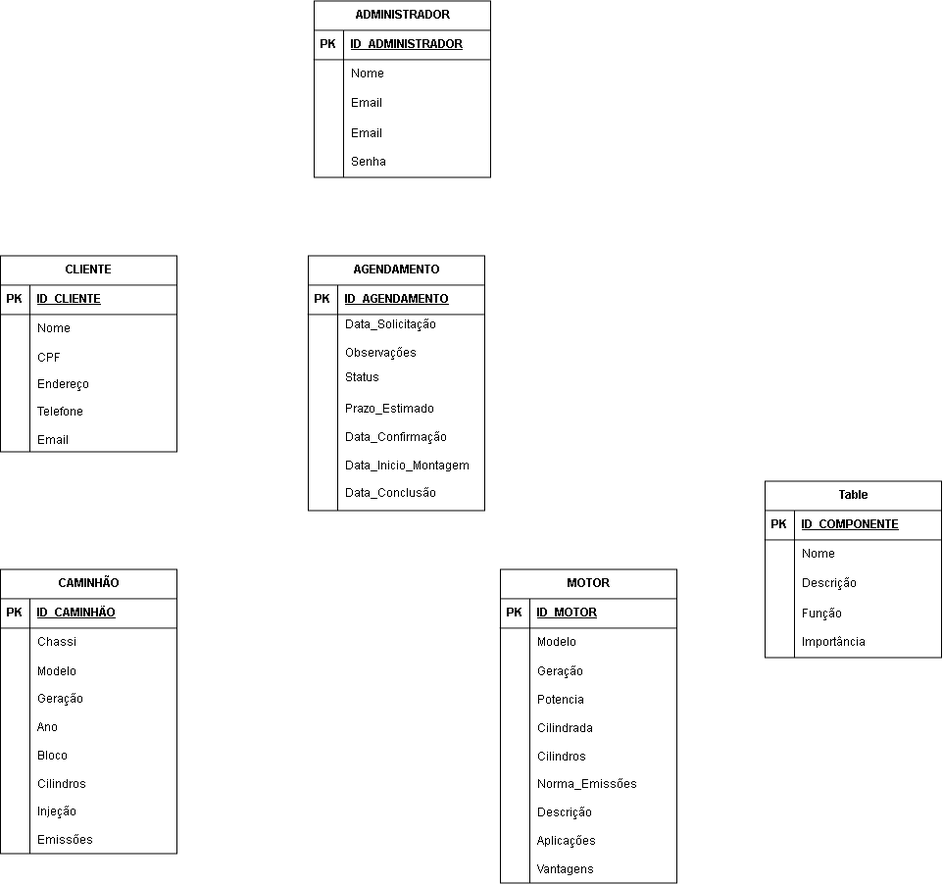
Tittozo/Project-FeioDiesel keeps this draw.io diagram as database/diagrams/02-diagrama-detalhado.drawio.png. Above is the earlier version. Source tidied: cells renumbered, new cells last; positions are measured from the earlier drawing's top-left corner, leaving out a move shared by most shapes.
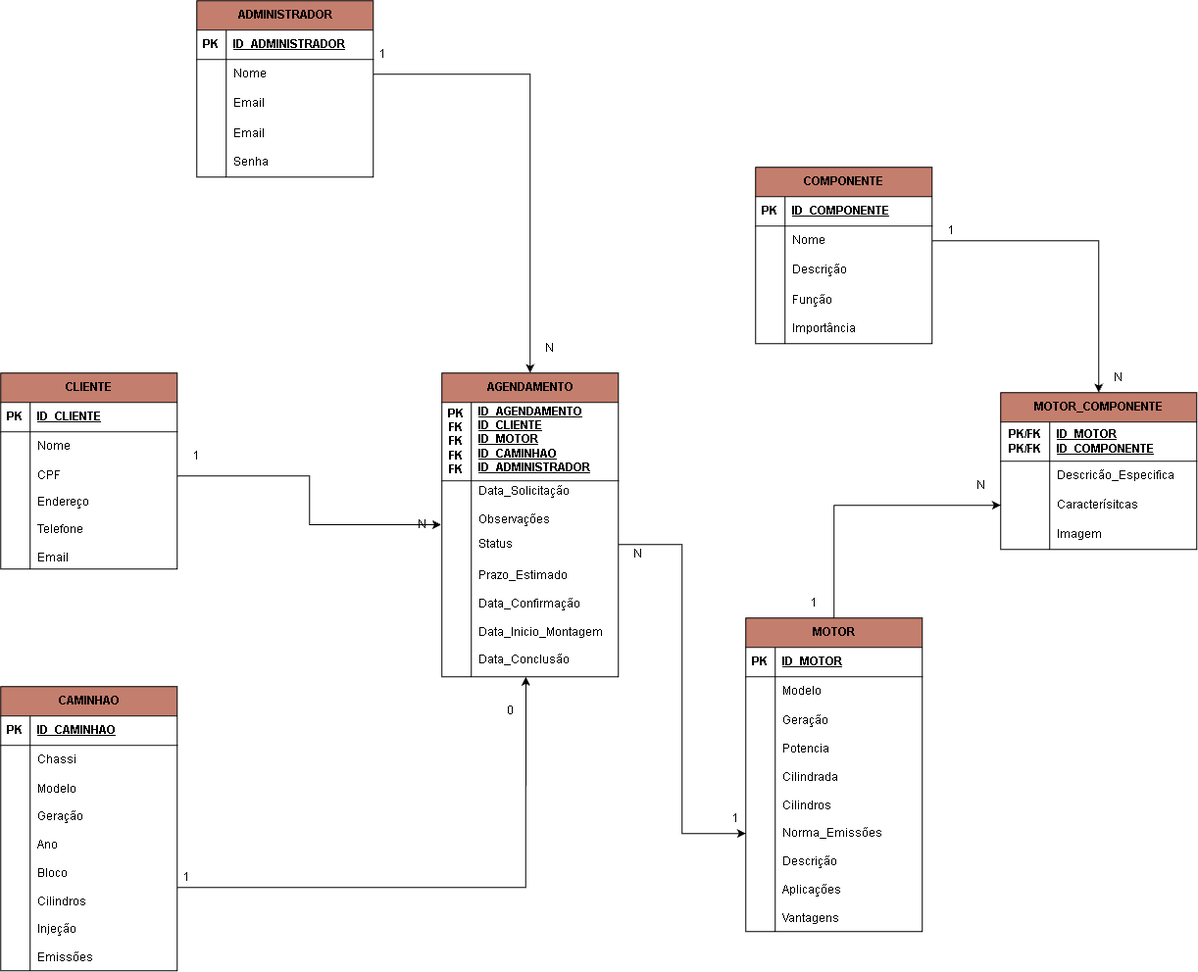
After the commit.

What changed in the source:
```diff
@@ -2,7 +2,7 @@
   <root>
     <mxCell id="0" />
     <mxCell id="1" parent="0" />
-    <mxCell id="2" value="CLIENTE" style="shape=table;startSize=30;rowLines=0;fontStyle=1;align=center;html=1;" parent="1" vertex="1">
+    <mxCell id="2" value="CLIENTE" style="shape=table;startSize=30;rowLines=0;fontStyle=1;align=center;html=1;fillColor=#C47E6D;" parent="1" vertex="1">
       <mxGeometry y="260" width="180" height="200" as="geometry" />
     </mxCell>
     <mxCell id="3" style="shape=tableRow;horizontal=0;startSize=0;swimlaneHead=0;swimlaneBody=0;fillColor=none;top=0;left=0;right=0;bottom=1;" parent="2" vertex="1">
@@ -41,20 +41,20 @@
     <mxCell id="14" value="Endereço&lt;div&gt;&lt;br&gt;&lt;/div&gt;&lt;div&gt;Telefone&lt;/div&gt;&lt;div&gt;&lt;br&gt;&lt;/div&gt;&lt;div&gt;Email&lt;/div&gt;" style="shape=partialRectangle;fillColor=none;top=0;left=0;bottom=0;right=0;align=left;spacingLeft=6;overflow=hidden;whiteSpace=wrap;html=1;" parent="12" vertex="1">
       <mxGeometry x="30" width="150" height="80" as="geometry" />
     </mxCell>
-    <mxCell id="15" value="AGENDAMENTO" style="shape=table;startSize=30;rowLines=0;fontStyle=1;align=center;html=1;" parent="1" vertex="1">
-      <mxGeometry x="314" y="260" width="180" height="260" as="geometry" />
+    <mxCell id="15" value="AGENDAMENTO" style="shape=table;startSize=30;rowLines=0;fontStyle=1;align=center;html=1;fillColor=#C47E6D;" parent="1" vertex="1">
+      <mxGeometry x="450" y="260" width="180" height="310" as="geometry" />
     </mxCell>
     <mxCell id="16" style="shape=tableRow;horizontal=0;startSize=0;swimlaneHead=0;swimlaneBody=0;fillColor=none;top=0;left=0;right=0;bottom=1;" parent="15" vertex="1">
-      <mxGeometry y="30" width="180" height="30" as="geometry" />
+      <mxGeometry y="30" width="180" height="80" as="geometry" />
     </mxCell>
-    <mxCell id="17" value="PK" style="shape=partialRectangle;fillColor=none;top=0;left=0;bottom=0;right=0;fontStyle=1;overflow=hidden;whiteSpace=wrap;html=1;" parent="16" vertex="1">
-      <mxGeometry width="30" height="30" as="geometry" />
+    <mxCell id="17" value="PK&lt;div&gt;FK&lt;/div&gt;&lt;div&gt;FK&lt;/div&gt;&lt;div&gt;FK&lt;/div&gt;&lt;div&gt;FK&lt;/div&gt;" style="shape=partialRectangle;fillColor=none;top=0;left=0;bottom=0;right=0;fontStyle=1;overflow=hidden;whiteSpace=wrap;html=1;" parent="16" vertex="1">
+      <mxGeometry width="30" height="80" as="geometry" />
     </mxCell>
-    <mxCell id="18" value="ID_AGENDAMENTO" style="shape=partialRectangle;fillColor=none;top=0;left=0;bottom=0;right=0;align=left;spacingLeft=6;fontStyle=5;overflow=hidden;whiteSpace=wrap;html=1;" parent="16" vertex="1">
-      <mxGeometry x="30" width="150" height="30" as="geometry" />
+    <mxCell id="18" value="&lt;div&gt;&lt;span style=&quot;background-color: transparent; color: light-dark(rgb(0, 0, 0), rgb(255, 255, 255));&quot;&gt;ID_AGENDAMENTO&lt;/span&gt;&lt;/div&gt;&lt;div&gt;ID_CLIENTE&lt;/div&gt;&lt;div&gt;ID_MOTOR&lt;/div&gt;&lt;div&gt;ID_CAMINHAO&lt;/div&gt;&lt;div&gt;ID_ADMINISTRADOR&lt;/div&gt;&lt;div&gt;&lt;br&gt;&lt;/div&gt;" style="shape=partialRectangle;fillColor=none;top=0;left=0;bottom=0;right=0;align=left;spacingLeft=6;fontStyle=5;overflow=hidden;whiteSpace=wrap;html=1;" parent="16" vertex="1">
+      <mxGeometry x="30" width="150" height="80" as="geometry" />
     </mxCell>
     <mxCell id="19" style="shape=tableRow;horizontal=0;startSize=0;swimlaneHead=0;swimlaneBody=0;fillColor=none;points=[[0,0.5],[1,0.5]];portConstraint=eastwest;top=0;left=0;right=0;bottom=0;" parent="15" vertex="1">
-      <mxGeometry y="60" width="180" height="50" as="geometry" />
+      <mxGeometry y="110" width="180" height="50" as="geometry" />
     </mxCell>
     <mxCell id="20" style="shape=partialRectangle;fillColor=none;top=0;left=0;bottom=0;right=0;overflow=hidden;whiteSpace=wrap;html=1;" parent="19" vertex="1">
       <mxGeometry width="30" height="50" as="geometry" />
@@ -63,7 +63,7 @@
       <mxGeometry x="30" width="150" height="50" as="geometry" />
     </mxCell>
     <mxCell id="22" style="shape=tableRow;horizontal=0;startSize=0;swimlaneHead=0;swimlaneBody=0;fillColor=none;points=[[0,0.5],[1,0.5]];portConstraint=eastwest;top=0;left=0;right=0;bottom=0;" parent="15" vertex="1">
-      <mxGeometry y="110" width="180" height="30" as="geometry" />
+      <mxGeometry y="160" width="180" height="30" as="geometry" />
     </mxCell>
     <mxCell id="23" style="shape=partialRectangle;fillColor=none;top=0;left=0;bottom=0;right=0;overflow=hidden;whiteSpace=wrap;html=1;" parent="22" vertex="1">
       <mxGeometry width="30" height="30" as="geometry" />
@@ -72,7 +72,7 @@
       <mxGeometry x="30" width="150" height="30" as="geometry" />
     </mxCell>
     <mxCell id="25" style="shape=tableRow;horizontal=0;startSize=0;swimlaneHead=0;swimlaneBody=0;fillColor=none;points=[[0,0.5],[1,0.5]];portConstraint=eastwest;top=0;left=0;right=0;bottom=0;" parent="15" vertex="1">
-      <mxGeometry y="140" width="180" height="120" as="geometry" />
+      <mxGeometry y="190" width="180" height="120" as="geometry" />
     </mxCell>
     <mxCell id="26" style="shape=partialRectangle;fillColor=none;top=0;left=0;bottom=0;right=0;overflow=hidden;whiteSpace=wrap;html=1;" parent="25" vertex="1">
       <mxGeometry width="30" height="120" as="geometry" />
@@ -80,7 +80,7 @@
     <mxCell id="27" value="Prazo_Estimado&lt;div&gt;&lt;br&gt;&lt;/div&gt;&lt;div&gt;Data_Confirmação&lt;/div&gt;&lt;div&gt;&lt;br&gt;&lt;/div&gt;&lt;div&gt;Data_Inicio_Montagem&lt;/div&gt;&lt;div&gt;&lt;br&gt;&lt;/div&gt;&lt;div&gt;Data_Conclusão&lt;/div&gt;" style="shape=partialRectangle;fillColor=none;top=0;left=0;bottom=0;right=0;align=left;spacingLeft=6;overflow=hidden;whiteSpace=wrap;html=1;" parent="25" vertex="1">
       <mxGeometry x="30" width="150" height="120" as="geometry" />
     </mxCell>
-    <mxCell id="28" value="CAMINHÃO" style="shape=table;startSize=30;rowLines=0;fontStyle=1;align=center;html=1;" parent="1" vertex="1">
+    <mxCell id="28" value="CAMINHAO" style="shape=table;startSize=30;rowLines=0;fontStyle=1;align=center;html=1;fillColor=#C47E6D;" parent="1" vertex="1">
       <mxGeometry y="580" width="180" height="290" as="geometry" />
     </mxCell>
     <mxCell id="29" style="shape=tableRow;horizontal=0;startSize=0;swimlaneHead=0;swimlaneBody=0;fillColor=none;top=0;left=0;right=0;bottom=1;" parent="28" vertex="1">
@@ -89,7 +89,7 @@
     <mxCell id="30" value="PK" style="shape=partialRectangle;fillColor=none;top=0;left=0;bottom=0;right=0;fontStyle=1;overflow=hidden;whiteSpace=wrap;html=1;" parent="29" vertex="1">
       <mxGeometry width="30" height="30" as="geometry" />
     </mxCell>
-    <mxCell id="31" value="ID_CAMINHÃO" style="shape=partialRectangle;fillColor=none;top=0;left=0;bottom=0;right=0;align=left;spacingLeft=6;fontStyle=5;overflow=hidden;whiteSpace=wrap;html=1;" parent="29" vertex="1">
+    <mxCell id="31" value="ID_CAMINHAO" style="shape=partialRectangle;fillColor=none;top=0;left=0;bottom=0;right=0;align=left;spacingLeft=6;fontStyle=5;overflow=hidden;whiteSpace=wrap;html=1;" parent="29" vertex="1">
       <mxGeometry x="30" width="150" height="30" as="geometry" />
     </mxCell>
     <mxCell id="32" style="shape=tableRow;horizontal=0;startSize=0;swimlaneHead=0;swimlaneBody=0;fillColor=none;top=0;left=0;right=0;bottom=0;" parent="28" vertex="1">
@@ -119,8 +119,11 @@
     <mxCell id="40" value="Geração&lt;div&gt;&lt;br&gt;&lt;/div&gt;&lt;div&gt;Ano&lt;/div&gt;&lt;div&gt;&lt;br&gt;&lt;/div&gt;&lt;div&gt;Bloco&lt;/div&gt;&lt;div&gt;&lt;br&gt;&lt;/div&gt;&lt;div&gt;Cilindros&lt;/div&gt;&lt;div&gt;&lt;br&gt;&lt;/div&gt;&lt;div&gt;Injeção&lt;/div&gt;&lt;div&gt;&lt;br&gt;&lt;/div&gt;&lt;div&gt;Emissões&lt;/div&gt;" style="shape=partialRectangle;fillColor=none;top=0;left=0;bottom=0;right=0;align=left;spacingLeft=6;overflow=hidden;whiteSpace=wrap;html=1;" parent="38" vertex="1">
       <mxGeometry x="30" width="150" height="170" as="geometry" />
     </mxCell>
+    <mxCell id="80" style="edgeStyle=orthogonalEdgeStyle;rounded=0;jettySize=auto;html=1;exitX=0.5;exitY=0;exitDx=0;exitDy=0;entryX=0;entryY=0.5;entryDx=0;entryDy=0;" parent="1" edge="1" source="41" target="100">
+      <mxGeometry relative="1" as="geometry" />
+    </mxCell>
-    <mxCell id="41" value="MOTOR" style="shape=table;startSize=30;rowLines=0;fontStyle=1;align=center;html=1;" parent="1" vertex="1">
-      <mxGeometry x="510" y="580" width="180" height="320" as="geometry" />
+    <mxCell id="41" value="MOTOR" style="shape=table;startSize=30;rowLines=0;fontStyle=1;align=center;html=1;fillColor=#C47E6D;" parent="1" vertex="1">
+      <mxGeometry x="760" y="510" width="180" height="320" as="geometry" />
     </mxCell>
     <mxCell id="42" style="shape=tableRow;horizontal=0;startSize=0;swimlaneHead=0;swimlaneBody=0;fillColor=none;top=0;left=0;right=0;bottom=1;" parent="41" vertex="1">
       <mxGeometry y="30" width="180" height="30" as="geometry" />
@@ -158,8 +161,8 @@
     <mxCell id="53" value="Potencia&lt;div&gt;&lt;br&gt;&lt;/div&gt;&lt;div&gt;Cilindrada&lt;/div&gt;&lt;div&gt;&lt;br&gt;&lt;/div&gt;&lt;div&gt;Cilindros&lt;/div&gt;&lt;div&gt;&lt;br&gt;&lt;/div&gt;&lt;div&gt;Norma_Emissões&lt;/div&gt;&lt;div&gt;&lt;br&gt;&lt;/div&gt;&lt;div&gt;Descrição&lt;/div&gt;&lt;div&gt;&lt;br&gt;&lt;/div&gt;&lt;div&gt;Aplicações&lt;/div&gt;&lt;div&gt;&lt;br&gt;&lt;/div&gt;&lt;div&gt;Vantagens&lt;/div&gt;" style="shape=partialRectangle;fillColor=none;top=0;left=0;bottom=0;right=0;align=left;spacingLeft=6;overflow=hidden;whiteSpace=wrap;html=1;" parent="51" vertex="1">
       <mxGeometry x="30" width="150" height="200" as="geometry" />
     </mxCell>
-    <mxCell id="54" value="Table" style="shape=table;startSize=30;rowLines=0;fontStyle=1;align=center;html=1;" parent="1" vertex="1">
-      <mxGeometry x="780" y="490" width="180" height="180" as="geometry" />
+    <mxCell id="54" value="COMPONENTE" style="shape=table;startSize=30;rowLines=0;fontStyle=1;align=center;html=1;fillColor=#C47E6D;" parent="1" vertex="1">
+      <mxGeometry x="770" y="50" width="180" height="180" as="geometry" />
     </mxCell>
     <mxCell id="55" style="shape=tableRow;horizontal=0;startSize=0;swimlaneHead=0;swimlaneBody=0;fillColor=none;top=0;left=0;right=0;bottom=1;" parent="54" vertex="1">
       <mxGeometry y="30" width="180" height="30" as="geometry" />
@@ -197,8 +200,8 @@
     <mxCell id="66" value="Função&lt;div&gt;&lt;br&gt;&lt;/div&gt;&lt;div&gt;Importância&lt;/div&gt;" style="shape=partialRectangle;fillColor=none;top=0;left=0;bottom=0;right=0;align=left;spacingLeft=6;overflow=hidden;whiteSpace=wrap;html=1;" parent="64" vertex="1">
       <mxGeometry x="30" width="150" height="60" as="geometry" />
     </mxCell>
-    <mxCell id="67" value="ADMINISTRADOR" style="shape=table;startSize=30;rowLines=0;fontStyle=1;align=center;html=1;" parent="1" vertex="1">
-      <mxGeometry x="320" width="180" height="180" as="geometry" />
+    <mxCell id="67" value="ADMINISTRADOR" style="shape=table;startSize=30;rowLines=0;fontStyle=1;align=center;html=1;fillColor=#C47E6D;" parent="1" vertex="1">
+      <mxGeometry x="200" y="-120" width="180" height="180" as="geometry" />
     </mxCell>
     <mxCell id="68" style="shape=tableRow;horizontal=0;startSize=0;swimlaneHead=0;swimlaneBody=0;fillColor=none;top=0;left=0;right=0;bottom=1;" parent="67" vertex="1">
       <mxGeometry y="30" width="180" height="30" as="geometry" />
@@ -236,5 +239,95 @@
     <mxCell id="79" value="Email&lt;div&gt;&lt;br&gt;&lt;/div&gt;&lt;div&gt;Senha&lt;/div&gt;" style="shape=partialRectangle;fillColor=none;top=0;left=0;bottom=0;right=0;align=left;spacingLeft=6;overflow=hidden;whiteSpace=wrap;html=1;" parent="77" vertex="1">
       <mxGeometry x="30" width="150" height="60" as="geometry" />
     </mxCell>
+    <mxCell id="81" style="edgeStyle=orthogonalEdgeStyle;rounded=0;jettySize=auto;html=1;exitX=1;exitY=0.5;exitDx=0;exitDy=0;entryX=-0.004;entryY=0.896;entryDx=0;entryDy=0;entryPerimeter=0;" parent="1" edge="1" source="9" target="19">
+      <mxGeometry relative="1" as="geometry" />
+    </mxCell>
+    <mxCell id="82" value="1" style="text;html=1;whiteSpace=wrap;strokeColor=none;fillColor=none;align=center;verticalAlign=middle;rounded=0;" parent="1" vertex="1">
+      <mxGeometry x="170" y="330" width="60" height="30" as="geometry" />
+    </mxCell>
+    <mxCell id="83" value="N" style="text;html=1;whiteSpace=wrap;strokeColor=none;fillColor=none;align=center;verticalAlign=middle;rounded=0;" parent="1" vertex="1">
+      <mxGeometry x="400" y="400" width="60" height="30" as="geometry" />
+    </mxCell>
+    <mxCell id="84" style="edgeStyle=orthogonalEdgeStyle;rounded=0;jettySize=auto;html=1;exitX=1;exitY=0.5;exitDx=0;exitDy=0;entryX=0;entryY=0.5;entryDx=0;entryDy=0;" parent="1" edge="1" source="22" target="51">
+      <mxGeometry relative="1" as="geometry" />
+    </mxCell>
+    <mxCell id="85" value="N" style="text;html=1;whiteSpace=wrap;strokeColor=none;fillColor=none;align=center;verticalAlign=middle;rounded=0;" parent="1" vertex="1">
+      <mxGeometry x="620" y="430" width="60" height="30" as="geometry" />
+    </mxCell>
+    <mxCell id="86" value="1" style="text;html=1;whiteSpace=wrap;strokeColor=none;fillColor=none;align=center;verticalAlign=middle;rounded=0;" parent="1" vertex="1">
+      <mxGeometry x="720" y="700" width="60" height="30" as="geometry" />
+    </mxCell>
+    <mxCell id="87" style="edgeStyle=orthogonalEdgeStyle;rounded=0;jettySize=auto;html=1;exitX=1;exitY=0.5;exitDx=0;exitDy=0;entryX=0.476;entryY=1;entryDx=0;entryDy=0;entryPerimeter=0;" parent="1" edge="1" source="38" target="25">
+      <mxGeometry relative="1" as="geometry" />
+    </mxCell>
+    <mxCell id="88" value="0" style="text;html=1;whiteSpace=wrap;strokeColor=none;fillColor=none;align=center;verticalAlign=middle;rounded=0;" parent="1" vertex="1">
+      <mxGeometry x="490" y="590" width="60" height="30" as="geometry" />
+    </mxCell>
+    <mxCell id="89" value="1" style="text;html=1;whiteSpace=wrap;strokeColor=none;fillColor=none;align=center;verticalAlign=middle;rounded=0;" parent="1" vertex="1">
+      <mxGeometry x="160" y="760" width="60" height="30" as="geometry" />
+    </mxCell>
+    <mxCell id="90" style="edgeStyle=orthogonalEdgeStyle;rounded=0;jettySize=auto;html=1;exitX=1;exitY=0.5;exitDx=0;exitDy=0;entryX=0.5;entryY=0;entryDx=0;entryDy=0;" parent="1" edge="1" source="71" target="15">
+      <mxGeometry relative="1" as="geometry" />
+    </mxCell>
+    <mxCell id="91" value="1" style="text;html=1;whiteSpace=wrap;strokeColor=none;fillColor=none;align=center;verticalAlign=middle;rounded=0;" parent="1" vertex="1">
+      <mxGeometry x="360" y="-80" width="60" height="30" as="geometry" />
+    </mxCell>
+    <mxCell id="92" value="N" style="text;html=1;whiteSpace=wrap;strokeColor=none;fillColor=none;align=center;verticalAlign=middle;rounded=0;" parent="1" vertex="1">
+      <mxGeometry x="530" y="220" width="60" height="30" as="geometry" />
+    </mxCell>
+    <mxCell id="93" value="MOTOR_COMPONENTE" style="shape=table;startSize=30;rowLines=0;fontStyle=1;align=center;html=1;fillColor=#C47E6D;" parent="1" vertex="1">
+      <mxGeometry x="1020" y="280" width="200" height="160" as="geometry" />
+    </mxCell>
+    <mxCell id="94" style="shape=tableRow;horizontal=0;startSize=0;swimlaneHead=0;swimlaneBody=0;fillColor=none;top=0;left=0;right=0;bottom=1;" parent="93" vertex="1">
+      <mxGeometry y="30" width="200" height="40" as="geometry" />
+    </mxCell>
+    <mxCell id="95" value="PK/FK&lt;div&gt;PK/FK&lt;/div&gt;" style="shape=partialRectangle;fillColor=none;top=0;left=0;bottom=0;right=0;fontStyle=1;overflow=hidden;whiteSpace=wrap;html=1;" parent="94" vertex="1">
+      <mxGeometry width="50" height="40" as="geometry" />
+    </mxCell>
+    <mxCell id="96" value="ID_MOTOR&lt;div&gt;ID_COMPONENTE&lt;/div&gt;" style="shape=partialRectangle;fillColor=none;top=0;left=0;bottom=0;right=0;align=left;spacingLeft=6;fontStyle=5;overflow=hidden;whiteSpace=wrap;html=1;" parent="94" vertex="1">
+      <mxGeometry x="50" width="150" height="40" as="geometry" />
+    </mxCell>
+    <mxCell id="97" style="shape=tableRow;horizontal=0;startSize=0;swimlaneHead=0;swimlaneBody=0;fillColor=none;top=0;left=0;right=0;bottom=0;" parent="93" vertex="1">
+      <mxGeometry y="70" width="200" height="30" as="geometry" />
+    </mxCell>
+    <mxCell id="98" style="shape=partialRectangle;fillColor=none;top=0;left=0;bottom=0;right=0;overflow=hidden;whiteSpace=wrap;html=1;" parent="97" vertex="1">
+      <mxGeometry width="50" height="30" as="geometry" />
+    </mxCell>
+    <mxCell id="99" value="Descricão_Especifica" style="shape=partialRectangle;fillColor=none;top=0;left=0;bottom=0;right=0;align=left;spacingLeft=6;overflow=hidden;whiteSpace=wrap;html=1;" parent="97" vertex="1">
+      <mxGeometry x="50" width="150" height="30" as="geometry" />
+    </mxCell>
+    <mxCell id="100" style="shape=tableRow;horizontal=0;startSize=0;swimlaneHead=0;swimlaneBody=0;fillColor=none;points=[[0,0.5],[1,0.5]];portConstraint=eastwest;top=0;left=0;right=0;bottom=0;" parent="93" vertex="1">
+      <mxGeometry y="100" width="200" height="30" as="geometry" />
+    </mxCell>
+    <mxCell id="101" style="shape=partialRectangle;fillColor=none;top=0;left=0;bottom=0;right=0;overflow=hidden;whiteSpace=wrap;html=1;" parent="100" vertex="1">
+      <mxGeometry width="50" height="30" as="geometry" />
+    </mxCell>
+    <mxCell id="102" value="Caracterísitcas" style="shape=partialRectangle;fillColor=none;top=0;left=0;bottom=0;right=0;align=left;spacingLeft=6;overflow=hidden;whiteSpace=wrap;html=1;" parent="100" vertex="1">
+      <mxGeometry x="50" width="150" height="30" as="geometry" />
+    </mxCell>
+    <mxCell id="103" style="shape=tableRow;horizontal=0;startSize=0;swimlaneHead=0;swimlaneBody=0;fillColor=none;top=0;left=0;right=0;bottom=0;" parent="93" vertex="1">
+      <mxGeometry y="130" width="200" height="30" as="geometry" />
+    </mxCell>
+    <mxCell id="104" style="shape=partialRectangle;fillColor=none;top=0;left=0;bottom=0;right=0;overflow=hidden;whiteSpace=wrap;html=1;" parent="103" vertex="1">
+      <mxGeometry width="50" height="30" as="geometry" />
+    </mxCell>
+    <mxCell id="105" value="Imagem" style="shape=partialRectangle;fillColor=none;top=0;left=0;bottom=0;right=0;align=left;spacingLeft=6;overflow=hidden;whiteSpace=wrap;html=1;" parent="103" vertex="1">
+      <mxGeometry x="50" width="150" height="30" as="geometry" />
+    </mxCell>
+    <mxCell id="106" value="1" style="text;html=1;whiteSpace=wrap;strokeColor=none;fillColor=none;align=center;verticalAlign=middle;rounded=0;" parent="1" vertex="1">
+      <mxGeometry x="800" y="480" width="60" height="30" as="geometry" />
+    </mxCell>
+    <mxCell id="107" value="N" style="text;html=1;whiteSpace=wrap;strokeColor=none;fillColor=none;align=center;verticalAlign=middle;rounded=0;" parent="1" vertex="1">
+      <mxGeometry x="970" y="360" width="60" height="30" as="geometry" />
+    </mxCell>
+    <mxCell id="108" style="edgeStyle=orthogonalEdgeStyle;rounded=0;jettySize=auto;html=1;exitX=1;exitY=0.5;exitDx=0;exitDy=0;entryX=0.5;entryY=0;entryDx=0;entryDy=0;" parent="1" edge="1" source="58" target="93">
+      <mxGeometry relative="1" as="geometry" />
+    </mxCell>
+    <mxCell id="109" value="N" style="text;html=1;whiteSpace=wrap;strokeColor=none;fillColor=none;align=center;verticalAlign=middle;rounded=0;" parent="1" vertex="1">
+      <mxGeometry x="1110" y="250" width="60" height="30" as="geometry" />
+    </mxCell>
+    <mxCell id="110" value="1" style="text;html=1;whiteSpace=wrap;strokeColor=none;fillColor=none;align=center;verticalAlign=middle;rounded=0;" parent="1" vertex="1">
+      <mxGeometry x="940" y="100" width="60" height="30" as="geometry" />
+    </mxCell>
   </root>
 </mxGraphModel>
```
